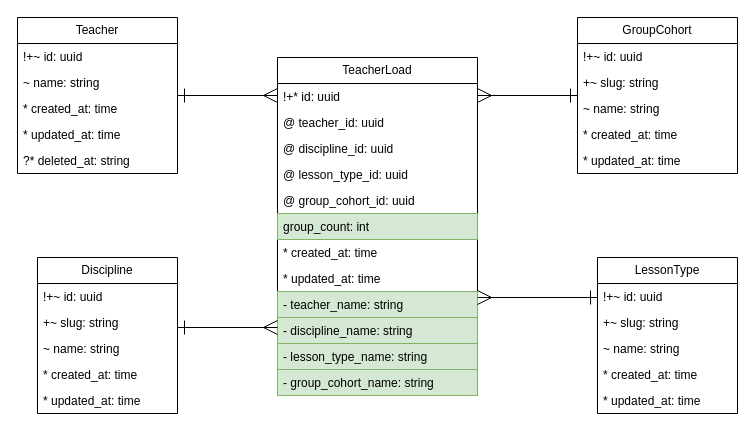
The draw.io diagram page "Teacher Load" (9 of 9) of docs/entity_relationship.drawio in IrusHunter/duckademic, before the edit. Source tidied: cells renumbered, new cells numbered last; positions are measured from the earlier drawing's top-left corner, leaving out a move shared by most shapes. Both pictures are drawn from the tidied source at 100%, with x=0, y=0 at pixel (17, 17).
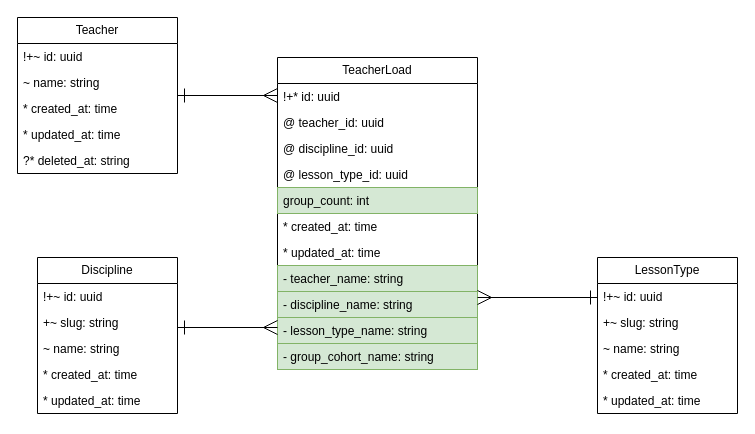
The same page after the edit.

The edit, as a diff of the source:
```diff
@@
-    <mxCell id="8" value="GroupCohort" style="swimlane;fontStyle=0;horizontal=1;startSize=26;fillColor=none;whiteSpace=wrap;html=1;" parent="1" vertex="1">
-      <mxGeometry x="560" width="160" height="156" as="geometry" />
-    </mxCell>
-    <mxCell id="9" value="!+~ id: uuid" style="text;strokeColor=none;fillColor=none;align=left;verticalAlign=top;spacingLeft=4;spacingRight=4;overflow=hidden;whiteSpace=wrap;html=1;" parent="8" vertex="1">
-      <mxGeometry y="26" width="160" height="26" as="geometry" />
-    </mxCell>
-    <mxCell id="10" value="+~ slug: string" style="text;strokeColor=none;fillColor=none;align=left;verticalAlign=top;spacingLeft=4;spacingRight=4;overflow=hidden;whiteSpace=wrap;html=1;" parent="8" vertex="1">
-      <mxGeometry y="52" width="160" height="26" as="geometry" />
-    </mxCell>
-    <mxCell id="11" value="~ name: string" style="text;align=left;verticalAlign=top;spacingLeft=4;spacingRight=4;overflow=hidden;whiteSpace=wrap;html=1;" parent="8" vertex="1">
-      <mxGeometry y="78" width="160" height="26" as="geometry" />
-    </mxCell>
-    <mxCell id="12" value="* created_at: time" style="text;strokeColor=none;fillColor=none;align=left;verticalAlign=top;spacingLeft=4;spacingRight=4;overflow=hidden;whiteSpace=wrap;html=1;" parent="8" vertex="1">
-      <mxGeometry y="104" width="160" height="26" as="geometry" />
-    </mxCell>
-    <mxCell id="13" value="* updated_at: time" style="text;strokeColor=none;fillColor=none;align=left;verticalAlign=top;spacingLeft=4;spacingRight=4;overflow=hidden;whiteSpace=wrap;html=1;" parent="8" vertex="1">
-      <mxGeometry y="130" width="160" height="26" as="geometry" />
-    </mxCell>
@@
     <mxCell id="26" value="TeacherLoad" style="swimlane;fontStyle=0;horizontal=1;startSize=26;fillColor=none;whiteSpace=wrap;html=1;" parent="1" vertex="1">
-      <mxGeometry x="260" y="40" width="200" height="338" as="geometry" />
+      <mxGeometry x="260" y="40" width="200" height="312" as="geometry" />
     </mxCell>
@@
-    <mxCell id="31" value="@ group_cohort_id: uuid" style="text;strokeColor=none;fillColor=none;align=left;verticalAlign=top;spacingLeft=4;spacingRight=4;overflow=hidden;whiteSpace=wrap;html=1;" parent="26" vertex="1">
-      <mxGeometry y="130" width="200" height="26" as="geometry" />
-    </mxCell>
     <mxCell id="32" value="group_count: int" style="text;strokeColor=#82b366;fillColor=#d5e8d4;align=left;verticalAlign=top;spacingLeft=4;spacingRight=4;overflow=hidden;whiteSpace=wrap;html=1;" parent="26" vertex="1">
-      <mxGeometry y="156" width="200" height="26" as="geometry" />
+      <mxGeometry y="130" width="200" height="26" as="geometry" />
     </mxCell>
     <mxCell id="33" value="* created_at: time" style="text;strokeColor=none;fillColor=none;align=left;verticalAlign=top;spacingLeft=4;spacingRight=4;overflow=hidden;whiteSpace=wrap;html=1;" parent="26" vertex="1">
-      <mxGeometry y="182" width="200" height="26" as="geometry" />
+      <mxGeometry y="156" width="200" height="26" as="geometry" />
     </mxCell>
     <mxCell id="34" value="* updated_at: time" style="text;strokeColor=none;fillColor=none;align=left;verticalAlign=top;spacingLeft=4;spacingRight=4;overflow=hidden;whiteSpace=wrap;html=1;" parent="26" vertex="1">
-      <mxGeometry y="208" width="200" height="26" as="geometry" />
+      <mxGeometry y="182" width="200" height="26" as="geometry" />
     </mxCell>
     <mxCell id="35" value="- teacher_name: string" style="text;strokeColor=#82b366;fillColor=#d5e8d4;align=left;verticalAlign=top;spacingLeft=4;spacingRight=4;overflow=hidden;whiteSpace=wrap;html=1;" parent="26" vertex="1">
-      <mxGeometry y="234" width="200" height="26" as="geometry" />
+      <mxGeometry y="208" width="200" height="26" as="geometry" />
     </mxCell>
     <mxCell id="36" value="- discipline_name: string" style="text;strokeColor=#82b366;fillColor=#d5e8d4;align=left;verticalAlign=top;spacingLeft=4;spacingRight=4;overflow=hidden;whiteSpace=wrap;html=1;" parent="26" vertex="1">
-      <mxGeometry y="260" width="200" height="26" as="geometry" />
+      <mxGeometry y="234" width="200" height="26" as="geometry" />
     </mxCell>
     <mxCell id="37" value="- lesson_type_name: string" style="text;strokeColor=#82b366;fillColor=#d5e8d4;align=left;verticalAlign=top;spacingLeft=4;spacingRight=4;overflow=hidden;whiteSpace=wrap;html=1;" parent="26" vertex="1">
-      <mxGeometry y="286" width="200" height="26" as="geometry" />
+      <mxGeometry y="260" width="200" height="26" as="geometry" />
     </mxCell>
     <mxCell id="38" value="- group_cohort_name: string" style="text;strokeColor=#82b366;fillColor=#d5e8d4;align=left;verticalAlign=top;spacingLeft=4;spacingRight=4;overflow=hidden;whiteSpace=wrap;html=1;" parent="26" vertex="1">
-      <mxGeometry y="312" width="200" height="26" as="geometry" />
+      <mxGeometry y="286" width="200" height="26" as="geometry" />
     </mxCell>
@@
-    <mxCell id="40" style="edgeStyle=orthogonalEdgeStyle;html=1;startArrow=ERone;startFill=0;endArrow=ERmany;endFill=0;endSize=12;startSize=12;strokeWidth=1;rounded=0;curved=0;jumpStyle=line;" parent="1" edge="1" source="8" target="26">
-      <mxGeometry relative="1" as="geometry">
-        <Array as="points">
-          <mxPoint x="480" y="78" />
-          <mxPoint x="480" y="78" />
-        </Array>
-      </mxGeometry>
-    </mxCell>
```
